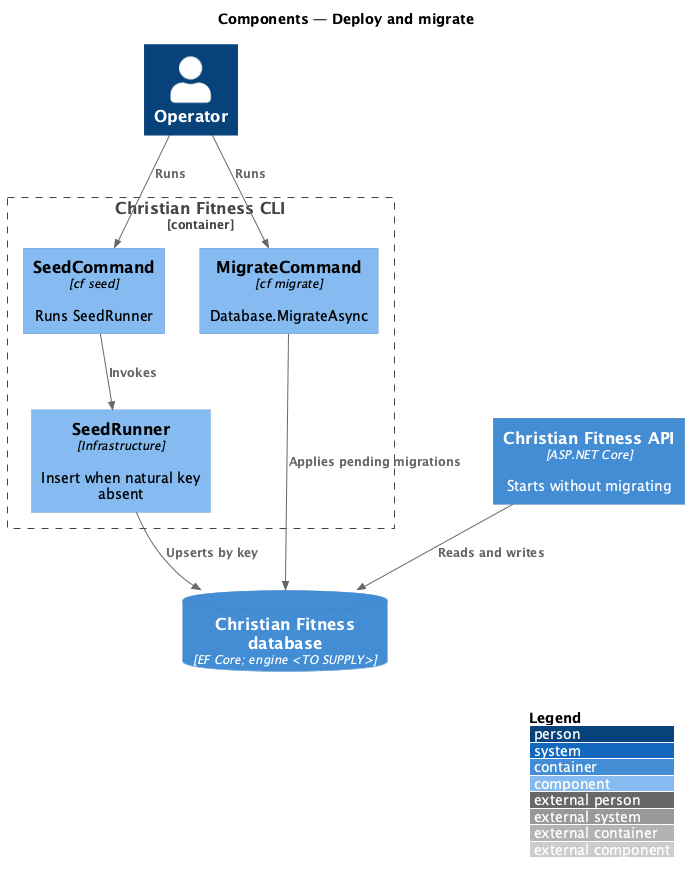
QuinntyneBrown/christian-fitness keeps this PlantUML diagram as docs/detailed-designs/operations/deploy-and-migrate/diagrams/c4-component.png. Above is the earlier version.
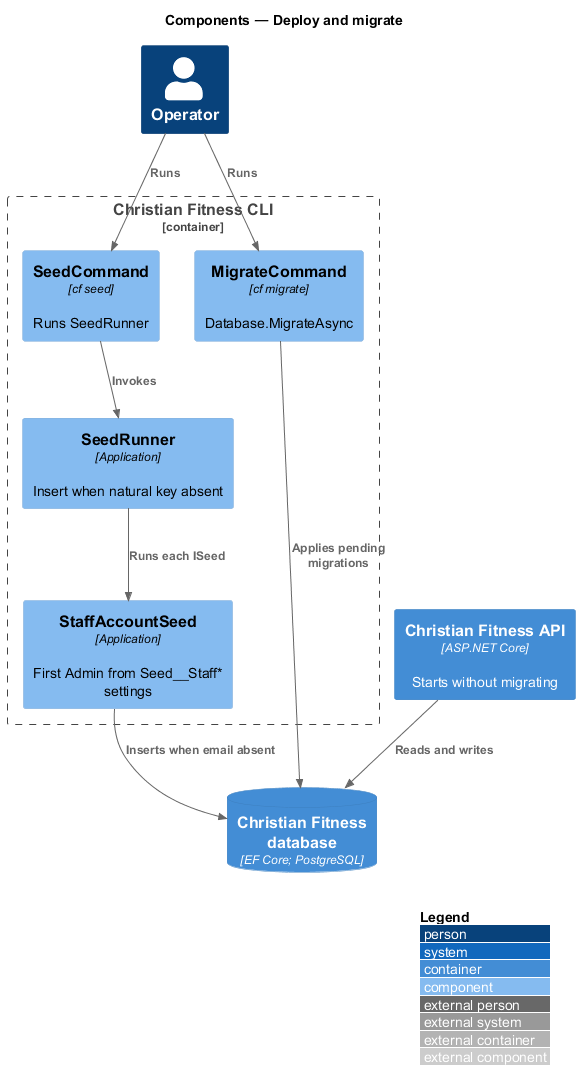
Later version of the same file.

What changed in the source:
```diff
@@ -7,14 +7,16 @@
 Container_Boundary(cli, "Christian Fitness CLI") {
   Component(mig, "MigrateCommand", "cf migrate", "Database.MigrateAsync")
   Component(seed, "SeedCommand", "cf seed", "Runs SeedRunner")
-  Component(runner, "SeedRunner", "Infrastructure", "Insert when natural key absent")
+  Component(runner, "SeedRunner", "Application", "Insert when natural key absent")
+  Component(staff, "StaffAccountSeed", "Application", "First Admin from Seed__Staff* settings")
 }
-ContainerDb(db, "Christian Fitness database", "EF Core; engine <TO SUPPLY>", "")
+ContainerDb(db, "Christian Fitness database", "EF Core; PostgreSQL", "")
 Container(api, "Christian Fitness API", "ASP.NET Core", "Starts without migrating")
 Rel(operator, mig, "Runs")
 Rel(operator, seed, "Runs")
 Rel(mig, db, "Applies pending migrations")
 Rel(seed, runner, "Invokes")
-Rel(runner, db, "Upserts by key")
+Rel(runner, staff, "Runs each ISeed")
+Rel(staff, db, "Inserts when email absent")
 Rel(api, db, "Reads and writes")
 @enduml
```
